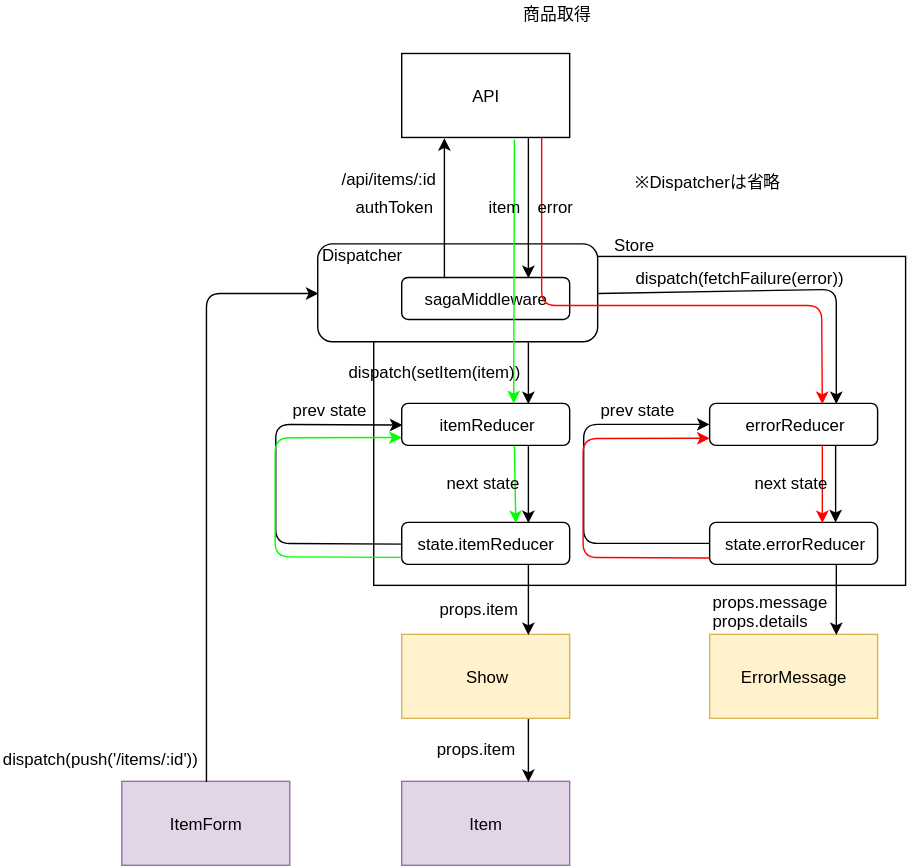
Before: diagram/dataFlow/show.svg, a diagram exported from draw.io (emgniddikur/react-app). Source tidied: cells renumbered, new cells last; positions are measured from the earlier drawing's top-left corner, leaving out a move shared by most shapes.
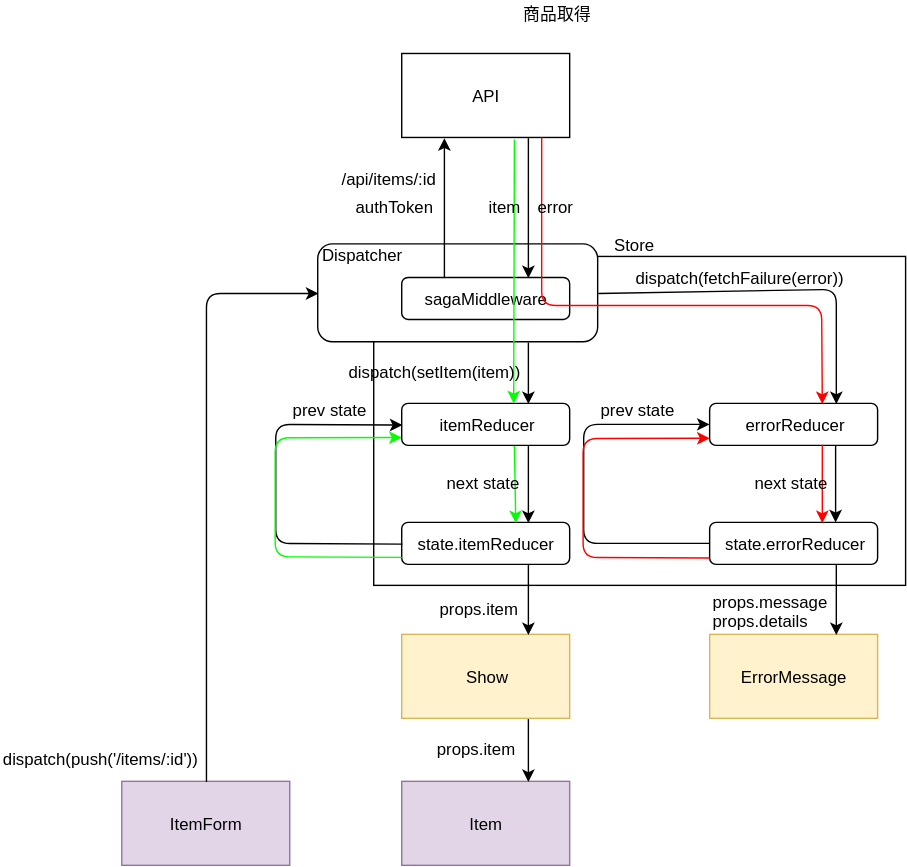
Above is the later version.

Change to the diagram source:
```diff
@@ -180,9 +180,6 @@
         </Array>
       </mxGeometry>
     </mxCell>
-    <mxCell id="45" value="※Dispatcherは省略" style="text;html=1;align=left;verticalAlign=top;spacingTop=-4;" parent="1" vertex="1">
-      <mxGeometry x="451.5" y="120" width="120" height="20" as="geometry" />
-    </mxCell>
     <mxCell id="46" value="商品取得&lt;br&gt;" style="text;html=1;align=left;verticalAlign=top;spacingTop=-4;" parent="1" vertex="1">
       <mxGeometry x="371.5" width="60" height="20" as="geometry" />
     </mxCell>
```
